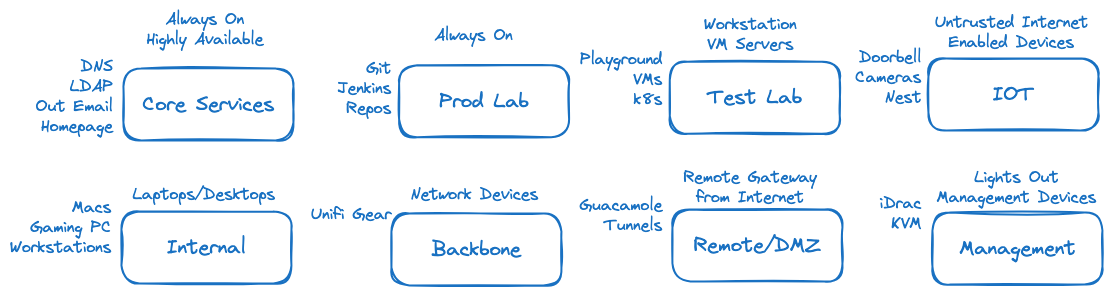
Earlier version of the Excalidraw export docs/images/HighLevelDomains.excalidraw.png (tsweets/homelab). Source tidied: one line per element, renumbered; positions are measured from the earlier drawing's top-left corner, leaving out a move shared by most shapes.
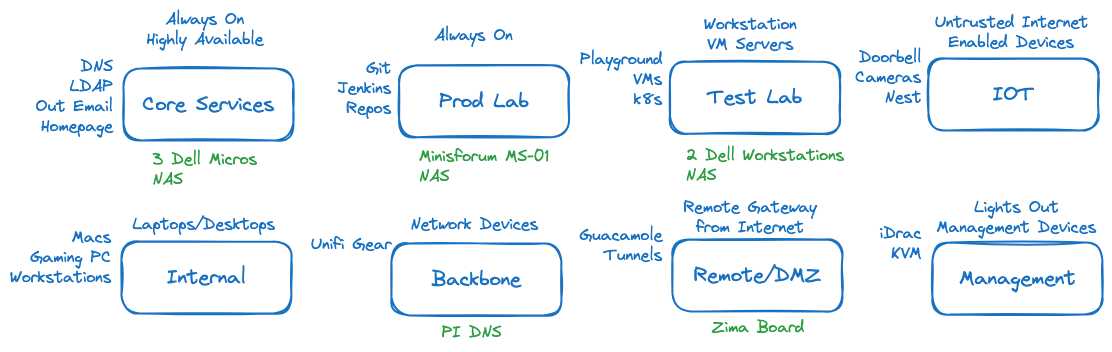
The same file after the commit.

Change to the diagram source:
```diff
@@ -3,30 +3,35 @@
 {"id": 2, "type": "rectangle", "strokeColor": "#1971c2", "strokeWidth": 2, "roughness": 1, "round": true, "x": 389, "y": 55, "width": 170, "height": 72}
 {"id": 3, "type": "text", "text": "Prod Lab", "strokeColor": "#1971c2", "strokeWidth": 2, "roughness": 1, "fontSize": 20, "fontFamily": 1, "textAlign": "center", "verticalAlign": "middle", "inside": 2, "x": 429, "y": 79, "width": 90, "height": 25}
 {"id": 4, "type": "rectangle", "strokeColor": "#1971c2", "strokeWidth": 2, "roughness": 1, "round": true, "x": 660, "y": 52, "width": 170, "height": 72}
-{"id": 5, "type": "text", "text": "Test Lab", "strokeColor": "#1971c2", "strokeWidth": 2, "roughness": 1, "fontSize": 20, "fontFamily": 1, "textAlign": "center", "verticalAlign": "middle", "inside": 4, "x": 697, "y": 75, "width": 95, "height": 25}
+{"id": 5, "type": "text", "text": "Test Lab", "strokeColor": "#1971c2", "strokeWidth": 2, "roughness": 1, "fontSize": 20, "fontFamily": 1, "textAlign": "center", "verticalAlign": "middle", "inside": 4, "x": 698, "y": 75, "width": 95, "height": 25}
 {"id": 6, "type": "rectangle", "strokeColor": "#1971c2", "strokeWidth": 2, "roughness": 1, "round": true, "x": 918, "y": 48, "width": 170, "height": 72}
 {"id": 7, "type": "text", "text": "IOT", "strokeColor": "#1971c2", "strokeWidth": 2, "roughness": 1, "fontSize": 20, "fontFamily": 1, "textAlign": "center", "verticalAlign": "middle", "inside": 6, "x": 983, "y": 72, "width": 42, "height": 25}
-{"id": 8, "type": "rectangle", "strokeColor": "#1971c2", "strokeWidth": 2, "roughness": 1, "round": true, "x": 111, "y": 202, "width": 170, "height": 72}
+{"id": 8, "type": "rectangle", "strokeColor": "#1971c2", "strokeWidth": 2, "roughness": 1, "round": true, "x": 111, "y": 232, "width": 170, "height": 72}
-{"id": 9, "type": "text", "text": "Internal", "strokeColor": "#1971c2", "strokeWidth": 2, "roughness": 1, "fontSize": 20, "fontFamily": 1, "textAlign": "center", "verticalAlign": "middle", "inside": 8, "x": 157, "y": 225, "width": 79, "height": 25}
+{"id": 9, "type": "text", "text": "Internal", "strokeColor": "#1971c2", "strokeWidth": 2, "roughness": 1, "fontSize": 20, "fontFamily": 1, "textAlign": "center", "verticalAlign": "middle", "inside": 8, "x": 157, "y": 255, "width": 79, "height": 25}
-{"id": 10, "type": "rectangle", "strokeColor": "#1971c2", "strokeWidth": 2, "roughness": 1, "round": true, "x": 381, "y": 204, "width": 170, "height": 72}
+{"id": 10, "type": "rectangle", "strokeColor": "#1971c2", "strokeWidth": 2, "roughness": 1, "round": true, "x": 381, "y": 234, "width": 170, "height": 72}
-{"id": 11, "type": "text", "text": "Backbone", "strokeColor": "#1971c2", "strokeWidth": 2, "roughness": 1, "fontSize": 20, "fontFamily": 1, "textAlign": "center", "verticalAlign": "middle", "inside": 10, "x": 422, "y": 227, "width": 89, "height": 25}
+{"id": 11, "type": "text", "text": "Backbone", "strokeColor": "#1971c2", "strokeWidth": 2, "roughness": 1, "fontSize": 20, "fontFamily": 1, "textAlign": "center", "verticalAlign": "middle", "inside": 10, "x": 422, "y": 257, "width": 89, "height": 25}
-{"id": 12, "type": "rectangle", "strokeColor": "#1971c2", "strokeWidth": 2, "roughness": 1, "round": true, "x": 662, "y": 200, "width": 170, "height": 72}
+{"id": 12, "type": "rectangle", "strokeColor": "#1971c2", "strokeWidth": 2, "roughness": 1, "round": true, "x": 662, "y": 230, "width": 170, "height": 72}
-{"id": 13, "type": "text", "text": "Remote/DMZ", "strokeColor": "#1971c2", "strokeWidth": 2, "roughness": 1, "fontSize": 20, "fontFamily": 1, "textAlign": "center", "verticalAlign": "middle", "inside": 12, "x": 684, "y": 223, "width": 127, "height": 25}
+{"id": 13, "type": "text", "text": "Remote/DMZ", "strokeColor": "#1971c2", "strokeWidth": 2, "roughness": 1, "fontSize": 20, "fontFamily": 1, "textAlign": "center", "verticalAlign": "middle", "inside": 12, "x": 684, "y": 253, "width": 127, "height": 25}
-{"id": 14, "type": "rectangle", "strokeColor": "#1971c2", "strokeWidth": 2, "roughness": 1, "round": true, "x": 922, "y": 202, "width": 170, "height": 72}
+{"id": 14, "type": "rectangle", "strokeColor": "#1971c2", "strokeWidth": 2, "roughness": 1, "round": true, "x": 922, "y": 232, "width": 170, "height": 72}
-{"id": 15, "type": "text", "text": "Management", "strokeColor": "#1971c2", "strokeWidth": 2, "roughness": 1, "fontSize": 20, "fontFamily": 1, "textAlign": "center", "verticalAlign": "middle", "inside": 14, "x": 949, "y": 226, "width": 117, "height": 25}
+{"id": 15, "type": "text", "text": "Management", "strokeColor": "#1971c2", "strokeWidth": 2, "roughness": 1, "fontSize": 20, "fontFamily": 1, "textAlign": "center", "verticalAlign": "middle", "inside": 14, "x": 949, "y": 256, "width": 117, "height": 25}
 {"id": 16, "type": "text", "text": "Always On\nHighly Available", "strokeColor": "#1971c2", "strokeWidth": 2, "roughness": 1, "fontSize": 16, "fontFamily": 1, "textAlign": "center", "x": 136, "y": 0, "width": 117, "height": 40}
 {"id": 17, "type": "text", "text": "DNS\nLDAP\nOut Email\nHomepage\n", "strokeColor": "#1971c2", "strokeWidth": 2, "roughness": 1, "fontSize": 16, "fontFamily": 1, "textAlign": "right", "x": 26, "y": 46, "width": 77, "height": 100}
 {"id": 18, "type": "text", "text": "Always On", "strokeColor": "#1971c2", "strokeWidth": 2, "roughness": 1, "fontSize": 16, "fontFamily": 1, "x": 424, "y": 16, "width": 78, "height": 20}
-{"id": 19, "type": "text", "text": "Laptops/Desktops", "strokeColor": "#1971c2", "strokeWidth": 2, "roughness": 1, "fontSize": 16, "fontFamily": 1, "x": 122, "y": 174, "width": 143, "height": 20}
+{"id": 19, "type": "text", "text": "Laptops/Desktops", "strokeColor": "#1971c2", "strokeWidth": 2, "roughness": 1, "fontSize": 16, "fontFamily": 1, "x": 122, "y": 204, "width": 143, "height": 20}
-{"id": 20, "type": "text", "text": "Network Devices", "strokeColor": "#1971c2", "strokeWidth": 2, "roughness": 1, "fontSize": 16, "fontFamily": 1, "x": 400, "y": 174, "width": 128, "height": 20}
+{"id": 20, "type": "text", "text": "Network Devices", "strokeColor": "#1971c2", "strokeWidth": 2, "roughness": 1, "fontSize": 16, "fontFamily": 1, "x": 400, "y": 204, "width": 128, "height": 20}
-{"id": 21, "type": "text", "text": "Remote Gateway\nfrom Internet", "strokeColor": "#1971c2", "strokeWidth": 2, "roughness": 1, "fontSize": 16, "fontFamily": 1, "textAlign": "center", "x": 673, "y": 158, "width": 133, "height": 40}
+{"id": 21, "type": "text", "text": "Remote Gateway\nfrom Internet", "strokeColor": "#1971c2", "strokeWidth": 2, "roughness": 1, "fontSize": 16, "fontFamily": 1, "textAlign": "center", "x": 673, "y": 188, "width": 133, "height": 40}
 {"id": 22, "type": "text", "text": "Workstation\nVM Servers", "strokeColor": "#1971c2", "strokeWidth": 2, "roughness": 1, "fontSize": 16, "fontFamily": 1, "textAlign": "center", "x": 694, "y": 4, "width": 93, "height": 40}
 {"id": 23, "type": "text", "text": "Untrusted Internet\nEnabled Devices", "strokeColor": "#1971c2", "strokeWidth": 2, "roughness": 1, "fontSize": 16, "fontFamily": 1, "textAlign": "center", "x": 925, "y": 2, "width": 154, "height": 40}
-{"id": 24, "type": "text", "text": "Lights Out\nManagement Devices", "strokeColor": "#1971c2", "strokeWidth": 2, "roughness": 1, "fontSize": 16, "fontFamily": 1, "textAlign": "center", "x": 927, "y": 158, "width": 160, "height": 40}
+{"id": 24, "type": "text", "text": "Lights Out\nManagement Devices", "strokeColor": "#1971c2", "strokeWidth": 2, "roughness": 1, "fontSize": 16, "fontFamily": 1, "textAlign": "center", "x": 927, "y": 188, "width": 160, "height": 40}
 {"id": 25, "type": "text", "text": "Git\nJenkins\nRepos", "strokeColor": "#1971c2", "strokeWidth": 2, "roughness": 1, "fontSize": 16, "fontFamily": 1, "textAlign": "right", "x": 328, "y": 48, "width": 54, "height": 60}
 {"id": 26, "type": "text", "text": "Playground\nVMs\nk8s", "strokeColor": "#1971c2", "strokeWidth": 2, "roughness": 1, "fontSize": 16, "fontFamily": 1, "textAlign": "right", "x": 570, "y": 40, "width": 82, "height": 60}
 {"id": 27, "type": "text", "text": "Doorbell\nCameras\nNest", "strokeColor": "#1971c2", "strokeWidth": 2, "roughness": 1, "fontSize": 16, "fontFamily": 1, "textAlign": "right", "x": 845, "y": 38, "width": 66, "height": 60}
-{"id": 28, "type": "text", "text": "iDrac\nKVM", "strokeColor": "#1971c2", "strokeWidth": 2, "roughness": 1, "fontSize": 16, "fontFamily": 1, "textAlign": "right", "x": 870, "y": 184, "width": 42, "height": 40}
+{"id": 28, "type": "text", "text": "iDrac\nKVM", "strokeColor": "#1971c2", "strokeWidth": 2, "roughness": 1, "fontSize": 16, "fontFamily": 1, "textAlign": "right", "x": 870, "y": 214, "width": 42, "height": 40}
-{"id": 29, "type": "text", "text": "Guacamole\nTunnels", "strokeColor": "#1971c2", "strokeWidth": 2, "roughness": 1, "fontSize": 16, "fontFamily": 1, "textAlign": "right", "x": 569, "y": 186, "width": 83, "height": 40}
+{"id": 29, "type": "text", "text": "Guacamole\nTunnels", "strokeColor": "#1971c2", "strokeWidth": 2, "roughness": 1, "fontSize": 16, "fontFamily": 1, "textAlign": "right", "x": 569, "y": 216, "width": 83, "height": 40}
-{"id": 30, "type": "text", "text": "Unifi Gear", "strokeColor": "#1971c2", "strokeWidth": 2, "roughness": 1, "fontSize": 16, "fontFamily": 1, "textAlign": "right", "x": 301, "y": 194, "width": 81, "height": 20}
+{"id": 30, "type": "text", "text": "Unifi Gear", "strokeColor": "#1971c2", "strokeWidth": 2, "roughness": 1, "fontSize": 16, "fontFamily": 1, "textAlign": "right", "x": 301, "y": 224, "width": 81, "height": 20}
-{"id": 31, "type": "text", "text": "Macs\nGaming PC\nWorkstations", "strokeColor": "#1971c2", "strokeWidth": 2, "roughness": 1, "fontSize": 16, "fontFamily": 1, "textAlign": "right", "x": 0, "y": 188, "width": 101, "height": 60}
+{"id": 31, "type": "text", "text": "Macs\nGaming PC\nWorkstations", "strokeColor": "#1971c2", "strokeWidth": 2, "roughness": 1, "fontSize": 16, "fontFamily": 1, "textAlign": "right", "x": 0, "y": 218, "width": 101, "height": 60}
+{"id": 32, "type": "text", "text": "3 Dell Micros \nNAS", "strokeColor": "#2f9e44", "strokeWidth": 2, "roughness": 1, "fontSize": 16, "fontFamily": 1, "x": 143, "y": 140, "width": 113, "height": 40}
+{"id": 33, "type": "text", "text": "Minisforum MS-01\nNAS", "strokeColor": "#2f9e44", "strokeWidth": 2, "roughness": 1, "fontSize": 16, "fontFamily": 1, "x": 409, "y": 137, "width": 130, "height": 40}
+{"id": 34, "type": "text", "text": "2 Dell Workstations\nNAS", "strokeColor": "#2f9e44", "strokeWidth": 2, "roughness": 1, "fontSize": 16, "fontFamily": 1, "x": 676, "y": 136, "width": 158, "height": 40}
+{"id": 35, "type": "text", "text": "Zima Board", "strokeColor": "#2f9e44", "strokeWidth": 2, "roughness": 1, "fontSize": 16, "fontFamily": 1, "x": 702, "y": 308, "width": 92, "height": 20}
+{"id": 36, "type": "text", "text": "PI DNS ", "strokeColor": "#2f9e44", "strokeWidth": 2, "roughness": 1, "fontSize": 16, "fontFamily": 1, "x": 432, "y": 313, "width": 68, "height": 20}
```
